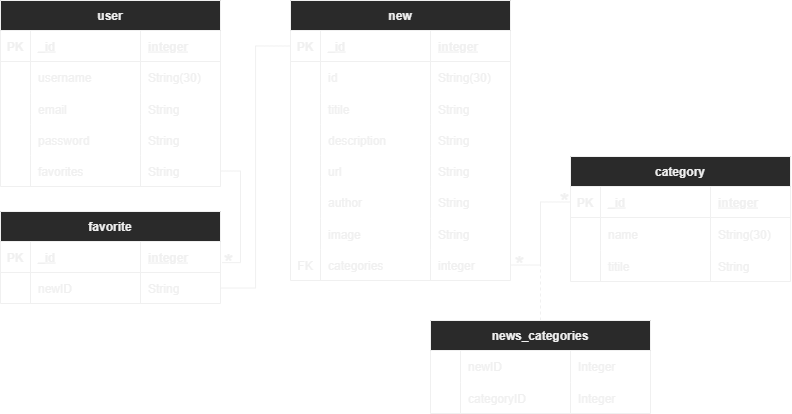
Before: documentation/diagrama/diagrama NewsProject.drawio (1).png, a diagram exported from draw.io (Camilo-845/News_Project). Source tidied: cells renumbered, new cells last; positions are measured from the earlier drawing's top-left corner, leaving out a move shared by most shapes.
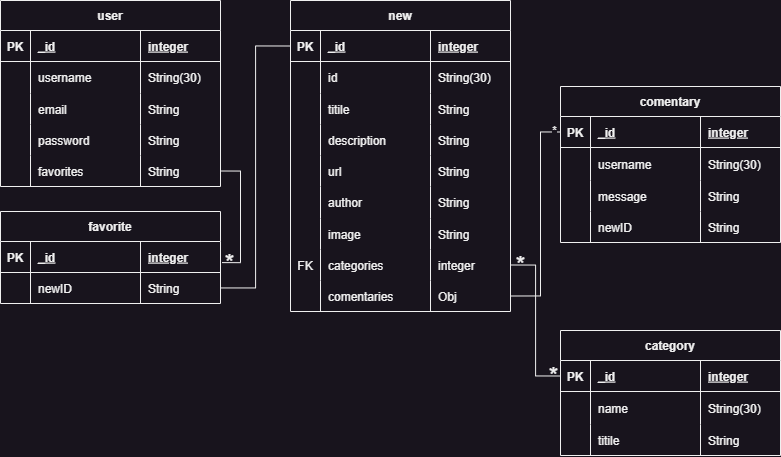
The same diagram one commit later.

Diff of the diagram source:
```diff
@@ -3,7 +3,7 @@
     <mxCell id="0" />
     <mxCell id="1" parent="0" />
     <mxCell id="2" value="new" style="shape=table;startSize=30;rowLines=0;fontStyle=1;align=center;" parent="1" vertex="1">
-      <mxGeometry x="290" width="220" height="280" as="geometry" />
+      <mxGeometry x="290" width="220" height="311" as="geometry" />
     </mxCell>
     <mxCell id="3" style="shape=tableRow;horizontal=0;startSize=0;swimlaneHead=0;swimlaneBody=0;fillColor=none;points=[[0,0.5],[1,0.5]];portConstraint=eastwest;top=0;left=0;right=0;bottom=1;" parent="2" vertex="1">
       <mxGeometry y="30" width="220" height="31" as="geometry" />
@@ -101,8 +101,20 @@
     <mxCell id="34" value="integer" style="shape=partialRectangle;fillColor=none;top=0;left=0;bottom=0;right=0;align=left;spacingLeft=6;overflow=hidden;" parent="31" vertex="1">
       <mxGeometry x="140" width="80" height="31" as="geometry" />
     </mxCell>
+    <mxCell id="94" style="shape=tableRow;horizontal=0;startSize=0;swimlaneHead=0;swimlaneBody=0;fillColor=none;points=[[0,0.5],[1,0.5]];portConstraint=eastwest;top=0;left=0;right=0;bottom=0;" parent="2" vertex="1">
+      <mxGeometry y="280" width="220" height="31" as="geometry" />
+    </mxCell>
+    <mxCell id="95" style="shape=partialRectangle;fillColor=none;top=0;left=0;bottom=0;right=0;overflow=hidden;" parent="94" vertex="1">
+      <mxGeometry width="30" height="31" as="geometry" />
+    </mxCell>
+    <mxCell id="96" value="comentaries" style="shape=partialRectangle;fillColor=none;top=0;left=0;bottom=0;right=0;align=left;spacingLeft=6;overflow=hidden;" parent="94" vertex="1">
+      <mxGeometry x="30" width="110" height="31" as="geometry" />
+    </mxCell>
+    <mxCell id="97" value="Obj" style="shape=partialRectangle;fillColor=none;top=0;left=0;bottom=0;right=0;align=left;spacingLeft=6;overflow=hidden;" parent="94" vertex="1">
+      <mxGeometry x="140" width="80" height="31" as="geometry" />
+    </mxCell>
     <mxCell id="35" value="category" style="shape=table;startSize=30;rowLines=0;fontStyle=1;align=center;" parent="1" vertex="1">
-      <mxGeometry x="570" y="156" width="220" height="125" as="geometry" />
+      <mxGeometry x="560" y="330" width="220" height="125" as="geometry" />
     </mxCell>
     <mxCell id="36" style="shape=tableRow;horizontal=0;startSize=0;swimlaneHead=0;swimlaneBody=0;fillColor=none;points=[[0,0.5],[1,0.5]];portConstraint=eastwest;top=0;left=0;right=0;bottom=1;" parent="35" vertex="1">
       <mxGeometry y="30" width="220" height="31" as="geometry" />
@@ -140,38 +152,6 @@
     <mxCell id="47" value="String" style="shape=partialRectangle;fillColor=none;top=0;left=0;bottom=0;right=0;align=left;spacingLeft=6;overflow=hidden;" parent="44" vertex="1">
       <mxGeometry x="140" width="80" height="31" as="geometry" />
     </mxCell>
-    <mxCell id="48" style="edgeStyle=orthogonalEdgeStyle;rounded=0;jettySize=auto;html=1;exitX=0.5;exitY=0;exitDx=0;exitDy=0;fontSize=24;endArrow=none;endFill=0;dashed=1;" parent="1" edge="1" source="49">
-      <mxGeometry relative="1" as="geometry">
-        <mxPoint x="540" y="260" as="targetPoint" />
-      </mxGeometry>
-    </mxCell>
-    <mxCell id="49" value="news_categories" style="shape=table;startSize=30;rowLines=0;fontStyle=1;align=center;" parent="1" vertex="1">
-      <mxGeometry x="430" y="320" width="220" height="93" as="geometry" />
-    </mxCell>
-    <mxCell id="50" style="shape=tableRow;horizontal=0;startSize=0;swimlaneHead=0;swimlaneBody=0;fillColor=none;top=0;left=0;right=0;bottom=0;" parent="49" vertex="1">
-      <mxGeometry y="30" width="220" height="32" as="geometry" />
-    </mxCell>
-    <mxCell id="51" style="shape=partialRectangle;fillColor=none;top=0;left=0;bottom=0;right=0;overflow=hidden;" parent="50" vertex="1">
-      <mxGeometry width="30" height="32" as="geometry" />
-    </mxCell>
-    <mxCell id="52" value="newID" style="shape=partialRectangle;fillColor=none;top=0;left=0;bottom=0;right=0;align=left;spacingLeft=6;overflow=hidden;" parent="50" vertex="1">
-      <mxGeometry x="30" width="110" height="32" as="geometry" />
-    </mxCell>
-    <mxCell id="53" value="Integer" style="shape=partialRectangle;fillColor=none;top=0;left=0;bottom=0;right=0;align=left;spacingLeft=6;overflow=hidden;" parent="50" vertex="1">
-      <mxGeometry x="140" width="80" height="32" as="geometry" />
-    </mxCell>
-    <mxCell id="54" style="shape=tableRow;horizontal=0;startSize=0;swimlaneHead=0;swimlaneBody=0;fillColor=none;top=0;left=0;right=0;bottom=0;" parent="49" vertex="1">
-      <mxGeometry y="62" width="220" height="31" as="geometry" />
-    </mxCell>
-    <mxCell id="55" style="shape=partialRectangle;fillColor=none;top=0;left=0;bottom=0;right=0;overflow=hidden;" parent="54" vertex="1">
-      <mxGeometry width="30" height="31" as="geometry" />
-    </mxCell>
-    <mxCell id="56" value="categoryID" style="shape=partialRectangle;fillColor=none;top=0;left=0;bottom=0;right=0;align=left;spacingLeft=6;overflow=hidden;" parent="54" vertex="1">
-      <mxGeometry x="30" width="110" height="31" as="geometry" />
-    </mxCell>
-    <mxCell id="57" value="Integer" style="shape=partialRectangle;fillColor=none;top=0;left=0;bottom=0;right=0;align=left;spacingLeft=6;overflow=hidden;" parent="54" vertex="1">
-      <mxGeometry x="140" width="80" height="31" as="geometry" />
-    </mxCell>
     <mxCell id="58" value="user" style="shape=table;startSize=30;rowLines=0;fontStyle=1;align=center;" parent="1" vertex="1">
       <mxGeometry width="220" height="186" as="geometry" />
     </mxCell>
@@ -282,5 +262,67 @@
     <mxCell id="93" style="edgeStyle=orthogonalEdgeStyle;rounded=0;jettySize=auto;html=1;entryX=0;entryY=0.5;entryDx=0;entryDy=0;fontSize=24;endArrow=none;endFill=0;" parent="1" edge="1" source="84" target="3">
       <mxGeometry relative="1" as="geometry" />
     </mxCell>
+    <mxCell id="98" value="comentary" style="shape=table;startSize=30;rowLines=0;fontStyle=1;align=center;" parent="1" vertex="1">
+      <mxGeometry x="560" y="86" width="220" height="156" as="geometry" />
+    </mxCell>
+    <mxCell id="99" style="shape=tableRow;horizontal=0;startSize=0;swimlaneHead=0;swimlaneBody=0;fillColor=none;points=[[0,0.5],[1,0.5]];portConstraint=eastwest;top=0;left=0;right=0;bottom=1;" parent="98" vertex="1">
+      <mxGeometry y="30" width="220" height="31" as="geometry" />
+    </mxCell>
+    <mxCell id="100" value="PK" style="shape=partialRectangle;fillColor=none;top=0;left=0;bottom=0;right=0;fontStyle=1;overflow=hidden;" parent="99" vertex="1">
+      <mxGeometry width="30" height="31" as="geometry" />
+    </mxCell>
+    <mxCell id="101" value="_id" style="shape=partialRectangle;fillColor=none;top=0;left=0;bottom=0;right=0;align=left;spacingLeft=6;fontStyle=5;overflow=hidden;" parent="99" vertex="1">
+      <mxGeometry x="30" width="110" height="31" as="geometry" />
+    </mxCell>
+    <mxCell id="102" value="integer" style="shape=partialRectangle;fillColor=none;top=0;left=0;bottom=0;right=0;align=left;spacingLeft=6;fontStyle=5;overflow=hidden;" parent="99" vertex="1">
+      <mxGeometry x="140" width="80" height="31" as="geometry" />
+    </mxCell>
+    <mxCell id="103" style="shape=tableRow;horizontal=0;startSize=0;swimlaneHead=0;swimlaneBody=0;fillColor=none;top=0;left=0;right=0;bottom=0;" parent="98" vertex="1">
+      <mxGeometry y="61" width="220" height="33" as="geometry" />
+    </mxCell>
+    <mxCell id="104" style="shape=partialRectangle;fillColor=none;top=0;left=0;bottom=0;right=0;overflow=hidden;" parent="103" vertex="1">
+      <mxGeometry width="30" height="33" as="geometry" />
+    </mxCell>
+    <mxCell id="105" value="username" style="shape=partialRectangle;fillColor=none;top=0;left=0;bottom=0;right=0;align=left;spacingLeft=6;overflow=hidden;" parent="103" vertex="1">
+      <mxGeometry x="30" width="110" height="33" as="geometry" />
+    </mxCell>
+    <mxCell id="106" value="String(30)" style="shape=partialRectangle;fillColor=none;top=0;left=0;bottom=0;right=0;align=left;spacingLeft=6;overflow=hidden;" parent="103" vertex="1">
+      <mxGeometry x="140" width="80" height="33" as="geometry" />
+    </mxCell>
+    <mxCell id="107" style="shape=tableRow;horizontal=0;startSize=0;swimlaneHead=0;swimlaneBody=0;fillColor=none;top=0;left=0;right=0;bottom=0;" parent="98" vertex="1">
+      <mxGeometry y="94" width="220" height="31" as="geometry" />
+    </mxCell>
+    <mxCell id="108" style="shape=partialRectangle;fillColor=none;top=0;left=0;bottom=0;right=0;overflow=hidden;" parent="107" vertex="1">
+      <mxGeometry width="30" height="31" as="geometry" />
+    </mxCell>
+    <mxCell id="109" value="message" style="shape=partialRectangle;fillColor=none;top=0;left=0;bottom=0;right=0;align=left;spacingLeft=6;overflow=hidden;" parent="107" vertex="1">
+      <mxGeometry x="30" width="110" height="31" as="geometry" />
+    </mxCell>
+    <mxCell id="110" value="String" style="shape=partialRectangle;fillColor=none;top=0;left=0;bottom=0;right=0;align=left;spacingLeft=6;overflow=hidden;" parent="107" vertex="1">
+      <mxGeometry x="140" width="80" height="31" as="geometry" />
+    </mxCell>
+    <mxCell id="111" style="shape=tableRow;horizontal=0;startSize=0;swimlaneHead=0;swimlaneBody=0;fillColor=none;top=0;left=0;right=0;bottom=0;" parent="98" vertex="1">
+      <mxGeometry y="125" width="220" height="31" as="geometry" />
+    </mxCell>
+    <mxCell id="112" style="shape=partialRectangle;fillColor=none;top=0;left=0;bottom=0;right=0;overflow=hidden;" parent="111" vertex="1">
+      <mxGeometry width="30" height="31" as="geometry" />
+    </mxCell>
+    <mxCell id="52" value="newID" style="shape=partialRectangle;fillColor=none;top=0;left=0;bottom=0;right=0;align=left;spacingLeft=6;overflow=hidden;" parent="111" vertex="1">
+      <mxGeometry x="30" width="110" height="31" as="geometry" />
+    </mxCell>
+    <mxCell id="113" value="String" style="shape=partialRectangle;fillColor=none;top=0;left=0;bottom=0;right=0;align=left;spacingLeft=6;overflow=hidden;" parent="111" vertex="1">
+      <mxGeometry x="140" width="80" height="31" as="geometry" />
+    </mxCell>
+    <mxCell id="114" style="edgeStyle=orthogonalEdgeStyle;rounded=0;jettySize=auto;html=1;exitX=1;exitY=0.5;exitDx=0;exitDy=0;entryX=0;entryY=0.5;entryDx=0;entryDy=0;endArrow=none;endFill=0;" parent="1" edge="1" source="94" target="99">
+      <mxGeometry relative="1" as="geometry">
+        <Array as="points">
+          <mxPoint x="540" y="296" />
+          <mxPoint x="540" y="132" />
+        </Array>
+      </mxGeometry>
+    </mxCell>
+    <mxCell id="115" value="*" style="edgeLabel;html=1;align=center;verticalAlign=middle;" parent="114" vertex="1">
+      <mxGeometry x="0.94" y="2" relative="1" as="geometry" />
+    </mxCell>
   </root>
 </mxGraphModel>
```
